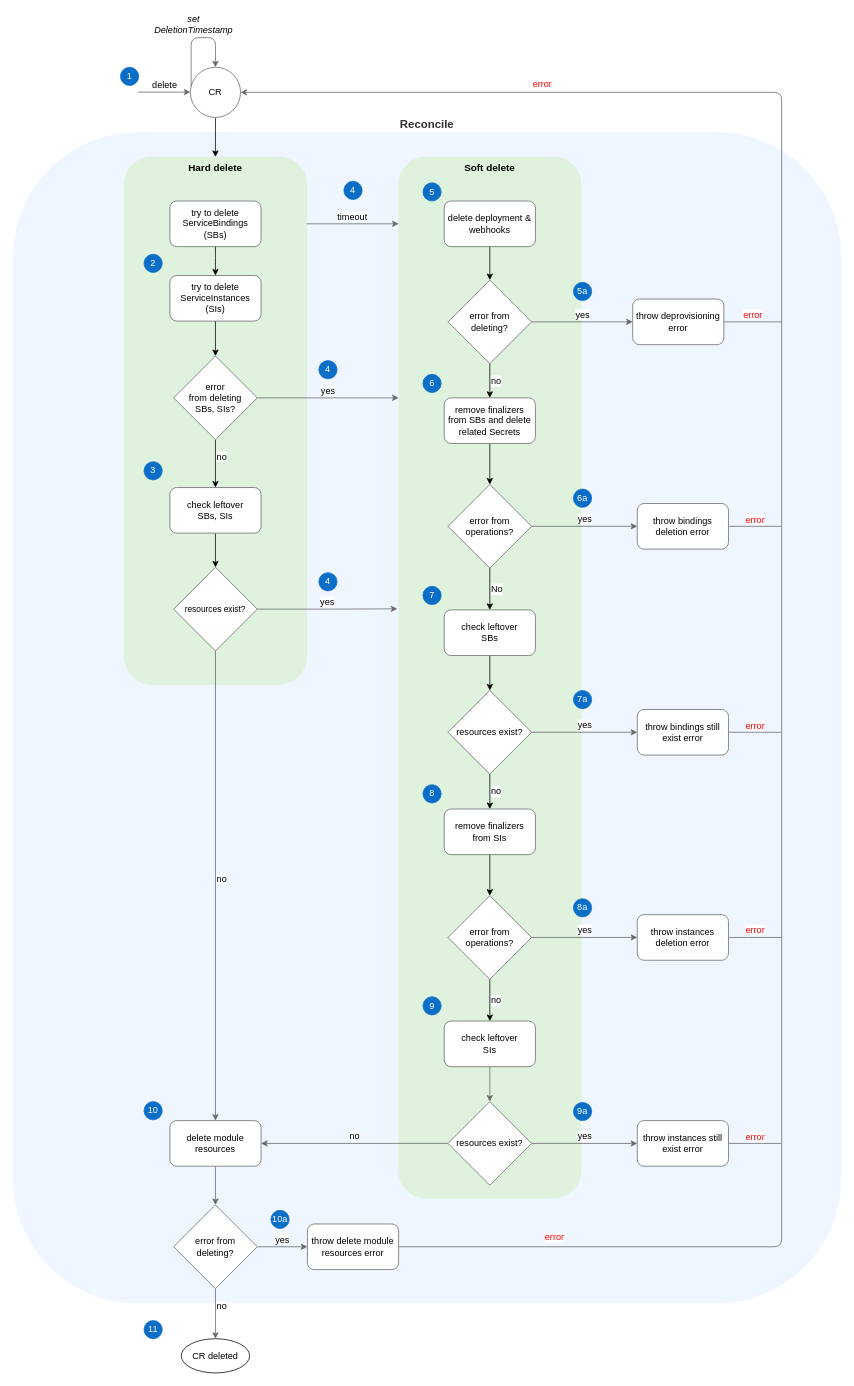
Earlier version of the draw.io diagram docs/assets/activity_deprovisioning.drawio (kyma-project/btp-manager). Source tidied: cells renumbered, new cells numbered last; positions are measured from the earlier drawing's top-left corner, leaving out a move shared by most shapes. Both pictures are drawn from the tidied source at 76%, with x=0, y=0 at pixel (13, 37).
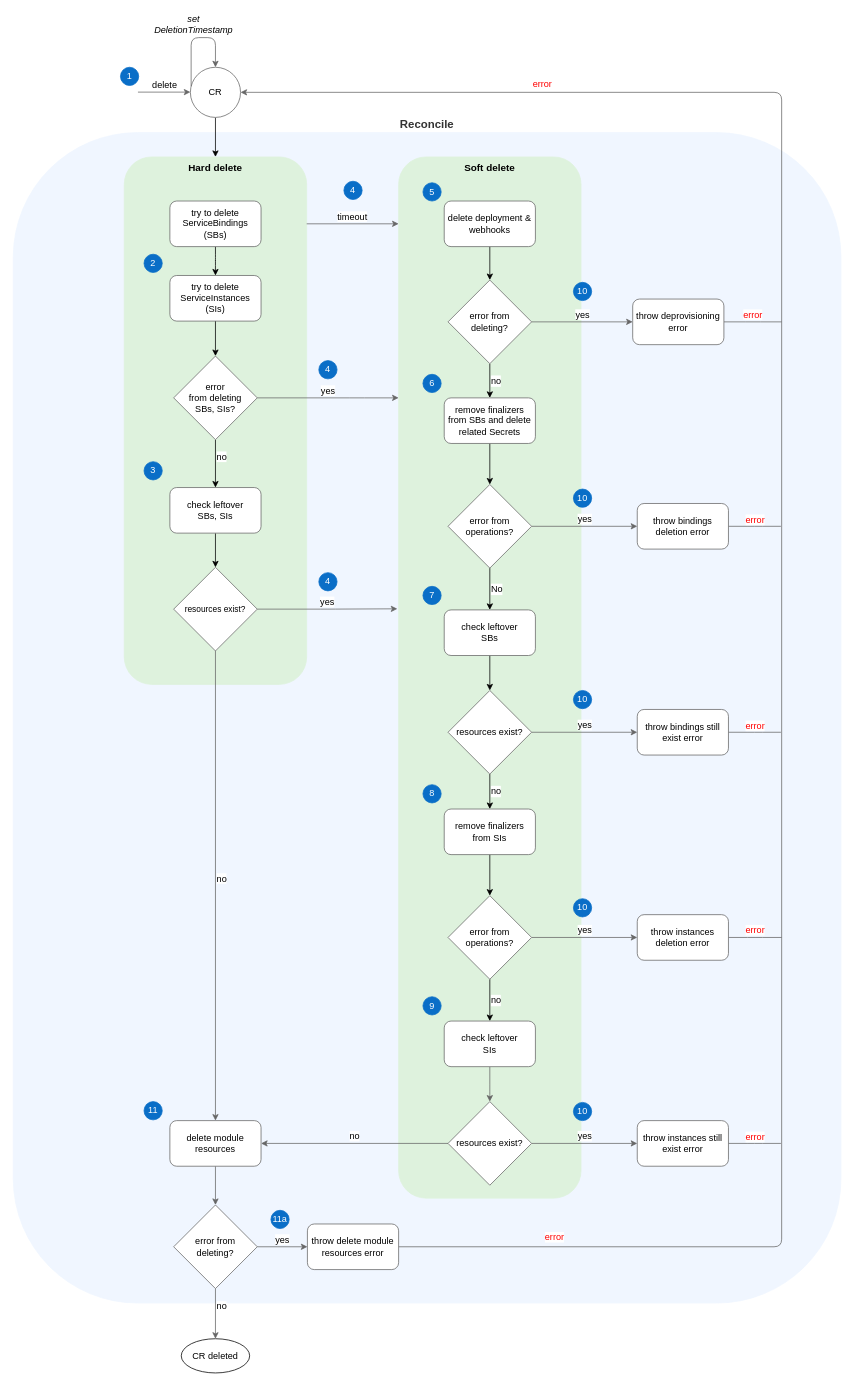
The same page after the edit.

Commit message (it also covers changes not shown here):
Describe deprovisioning in points

Diff of the diagram source:
```diff
@@
-    <mxCell id="73" value="&lt;font color=&quot;#ffffff&quot;&gt;5a&lt;/font&gt;" style="ellipse;whiteSpace=wrap;html=1;fillColor=#0a6ec7;strokeColor=#0a6ec7;" parent="1" vertex="1">
+    <mxCell id="73" value="&lt;font color=&quot;#ffffff&quot;&gt;10&lt;/font&gt;" style="ellipse;whiteSpace=wrap;html=1;fillColor=#0a6ec7;strokeColor=#0a6ec7;" parent="1" vertex="1">
       <mxGeometry x="737" y="322" width="24" height="24" as="geometry" />
     </mxCell>
@@
-    <mxCell id="75" value="&lt;font color=&quot;#ffffff&quot;&gt;10&lt;/font&gt;" style="ellipse;whiteSpace=wrap;html=1;fillColor=#0a6ec7;strokeColor=#0a6ec7;" parent="1" vertex="1">
+    <mxCell id="75" value="&lt;font color=&quot;#ffffff&quot;&gt;11&lt;/font&gt;" style="ellipse;whiteSpace=wrap;html=1;fillColor=#0a6ec7;strokeColor=#0a6ec7;" parent="1" vertex="1">
       <mxGeometry x="172" y="1400" width="24" height="24" as="geometry" />
     </mxCell>
@@
-    <mxCell id="81" value="&lt;font color=&quot;#ffffff&quot;&gt;11&lt;/font&gt;" style="ellipse;whiteSpace=wrap;html=1;fillColor=#0a6ec7;strokeColor=#0a6ec7;" parent="1" vertex="1">
-      <mxGeometry x="172" y="1688" width="24" height="24" as="geometry" />
-    </mxCell>
-    <mxCell id="82" value="&lt;font color=&quot;#ffffff&quot;&gt;6a&lt;/font&gt;" style="ellipse;whiteSpace=wrap;html=1;fillColor=#0a6ec7;strokeColor=#0a6ec7;" parent="1" vertex="1">
+    <mxCell id="82" value="&lt;font color=&quot;#ffffff&quot;&gt;10&lt;/font&gt;" style="ellipse;whiteSpace=wrap;html=1;fillColor=#0a6ec7;strokeColor=#0a6ec7;" parent="1" vertex="1">
       <mxGeometry x="737" y="594" width="24" height="24" as="geometry" />
     </mxCell>
-    <mxCell id="83" value="&lt;font color=&quot;#ffffff&quot;&gt;7a&lt;/font&gt;" style="ellipse;whiteSpace=wrap;html=1;fillColor=#0a6ec7;strokeColor=#0a6ec7;" parent="1" vertex="1">
+    <mxCell id="83" value="&lt;font color=&quot;#ffffff&quot;&gt;10&lt;/font&gt;" style="ellipse;whiteSpace=wrap;html=1;fillColor=#0a6ec7;strokeColor=#0a6ec7;" parent="1" vertex="1">
       <mxGeometry x="737" y="859" width="24" height="24" as="geometry" />
     </mxCell>
-    <mxCell id="84" value="&lt;font color=&quot;#ffffff&quot;&gt;8a&lt;/font&gt;" style="ellipse;whiteSpace=wrap;html=1;fillColor=#0a6ec7;strokeColor=#0a6ec7;" parent="1" vertex="1">
+    <mxCell id="84" value="&lt;font color=&quot;#ffffff&quot;&gt;10&lt;/font&gt;" style="ellipse;whiteSpace=wrap;html=1;fillColor=#0a6ec7;strokeColor=#0a6ec7;" parent="1" vertex="1">
       <mxGeometry x="737" y="1133" width="24" height="24" as="geometry" />
     </mxCell>
-    <mxCell id="85" value="&lt;font color=&quot;#ffffff&quot;&gt;9a&lt;/font&gt;" style="ellipse;whiteSpace=wrap;html=1;fillColor=#0a6ec7;strokeColor=#0a6ec7;" parent="1" vertex="1">
+    <mxCell id="85" value="&lt;font color=&quot;#ffffff&quot;&gt;10&lt;/font&gt;" style="ellipse;whiteSpace=wrap;html=1;fillColor=#0a6ec7;strokeColor=#0a6ec7;" parent="1" vertex="1">
       <mxGeometry x="737" y="1401" width="24" height="24" as="geometry" />
     </mxCell>
-    <mxCell id="86" value="&lt;font color=&quot;#ffffff&quot;&gt;10a&lt;/font&gt;" style="ellipse;whiteSpace=wrap;html=1;fillColor=#0a6ec7;strokeColor=#0a6ec7;" parent="1" vertex="1">
+    <mxCell id="86" value="&lt;font color=&quot;#ffffff&quot;&gt;11a&lt;/font&gt;" style="ellipse;whiteSpace=wrap;html=1;fillColor=#0a6ec7;strokeColor=#0a6ec7;" parent="1" vertex="1">
       <mxGeometry x="339" y="1543" width="24" height="24" as="geometry" />
     </mxCell>
```
